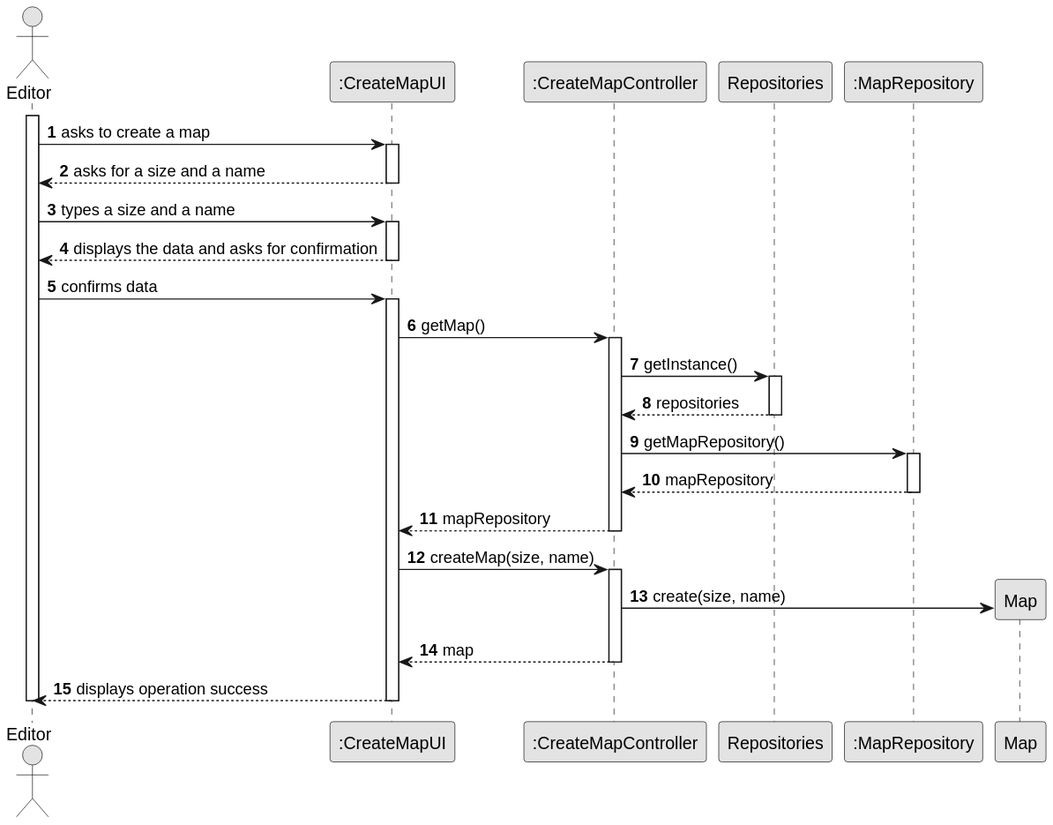
Earlier version of the PlantUML export Sprint2/US001/03.design/svg/US001-SD-full.svg (1240935/pi2-railway-simulator).
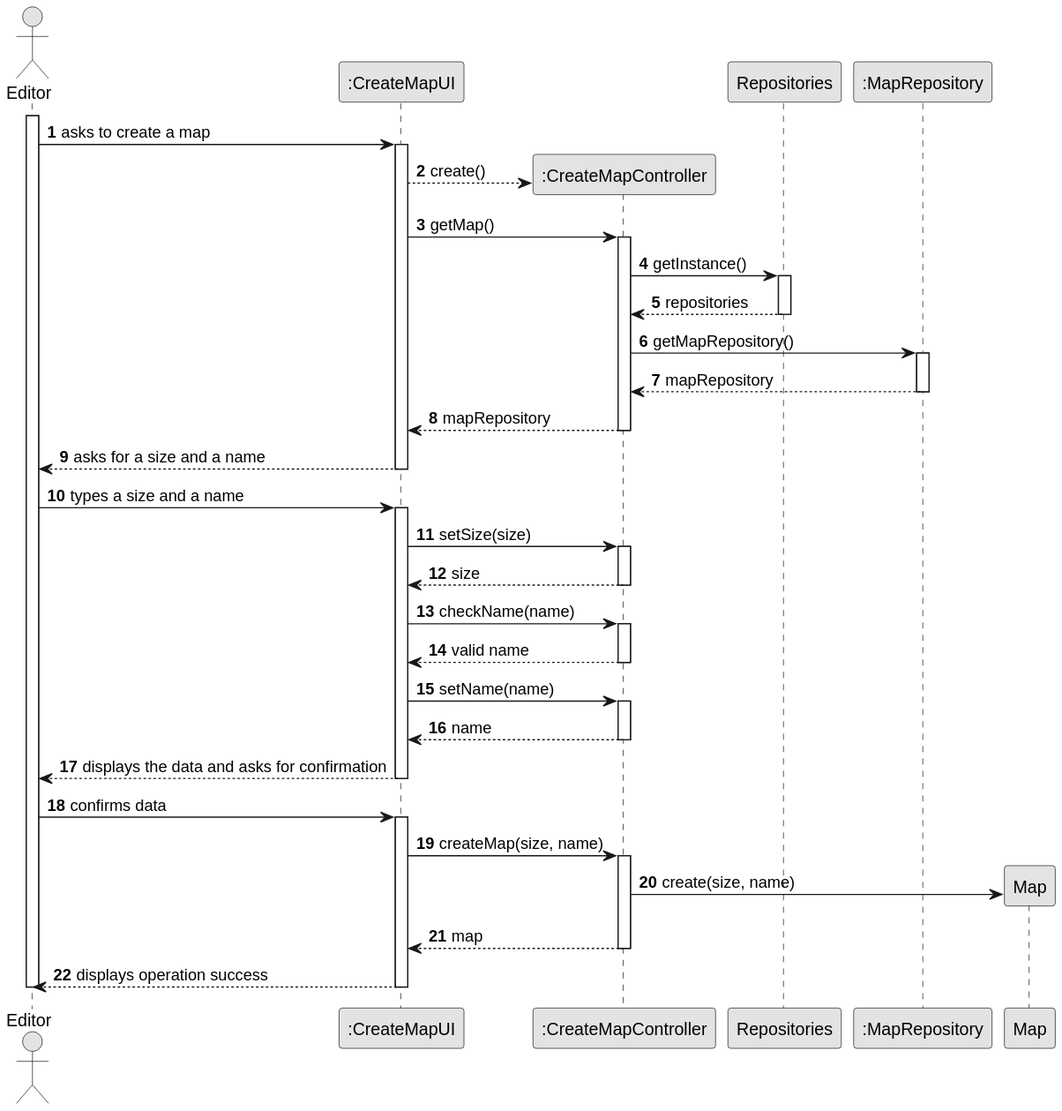
The same diagram one commit later.

What changed in the source:
```diff
@@ -17,32 +17,45 @@
 
         EDITOR -> UI : asks to create a map
         activate UI
+            UI --> CTRL** : create()
+
+            UI -> CTRL : getMap()
+            activate CTRL
+              CTRL -> REPOS : getInstance()
+              activate REPOS
+                REPOS --> CTRL: repositories
+              deactivate REPOS
+                CTRL -> MAP_REPO : getMapRepository()
+              activate MAP_REPO
+                MAP_REPO --> CTRL: mapRepository
+              deactivate MAP_REPO
+                CTRL --> UI : mapRepository
+            deactivate CTRL
 
             UI --> EDITOR : asks for a size and a name
         deactivate UI
 
         EDITOR -> UI :  types a size and a name
         activate UI
+            UI -> CTRL: setSize(size)
+            activate CTRL
+                CTRL --> UI : size
+            deactivate CTRL
+            UI -> CTRL: checkName(name)
+            activate CTRL
+                CTRL --> UI : valid name
+            deactivate CTRL
+            UI -> CTRL: setName(name)
+            activate CTRL
+            CTRL --> UI: name
+            deactivate CTRL
+
             UI --> EDITOR : displays the data and asks for confirmation
+
         deactivate UI
 
         EDITOR -> UI : confirms data
         activate UI
-
-         UI -> CTRL : getMap()
-                    activate CTRL
-                        CTRL -> REPOS : getInstance()
-                        activate REPOS
-                            REPOS --> CTRL: repositories
-                        deactivate REPOS
-                        CTRL -> MAP_REPO : getMapRepository()
-                                        activate MAP_REPO
-                                            MAP_REPO --> CTRL: mapRepository
-                                        deactivate MAP_REPO
-                                        CTRL --> UI : mapRepository
-                                        deactivate CTRL
-
-
 
             UI -> CTRL : createMap(size, name)
             activate CTRL
```
